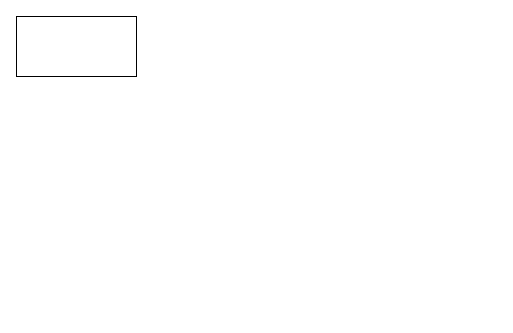
Before: use case diagram.drawio in ahmedhesham301/graduation-project, a draw.io diagram. Source tidied: cells renumbered, new cells numbered last; positions are measured from the earlier drawing's top-left corner, leaving out a move shared by most shapes. Both pictures are drawn from the tidied source at 100%, with x=0, y=0 at pixel (16, 16).
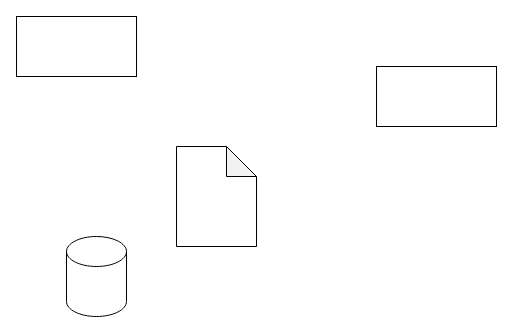
The same diagram, later.

The edit, as a diff of the source:
```diff
@@
 <mxGraphModel>
   <root>
     <mxCell id="0" />
     <mxCell id="1" parent="0" />
     <mxCell id="2" style="rounded=0;whiteSpace=wrap;html=1;" parent="1" vertex="1">
       <mxGeometry width="120" height="60" as="geometry" />
     </mxCell>
+    <mxCell id="3" style="rounded=0;whiteSpace=wrap;html=1;" parent="1" vertex="1">
+      <mxGeometry x="360" y="50" width="120" height="60" as="geometry" />
+    </mxCell>
+    <mxCell id="4" style="shape=cylinder3;whiteSpace=wrap;html=1;boundedLbl=1;backgroundOutline=1;size=15;" parent="1" vertex="1">
+      <mxGeometry x="50" y="220" width="60" height="80" as="geometry" />
+    </mxCell>
+    <mxCell id="5" style="shape=note;whiteSpace=wrap;html=1;backgroundOutline=1;darkOpacity=0.05;" parent="1" vertex="1">
+      <mxGeometry x="160" y="130" width="80" height="100" as="geometry" />
+    </mxCell>
   </root>
 </mxGraphModel>
```
